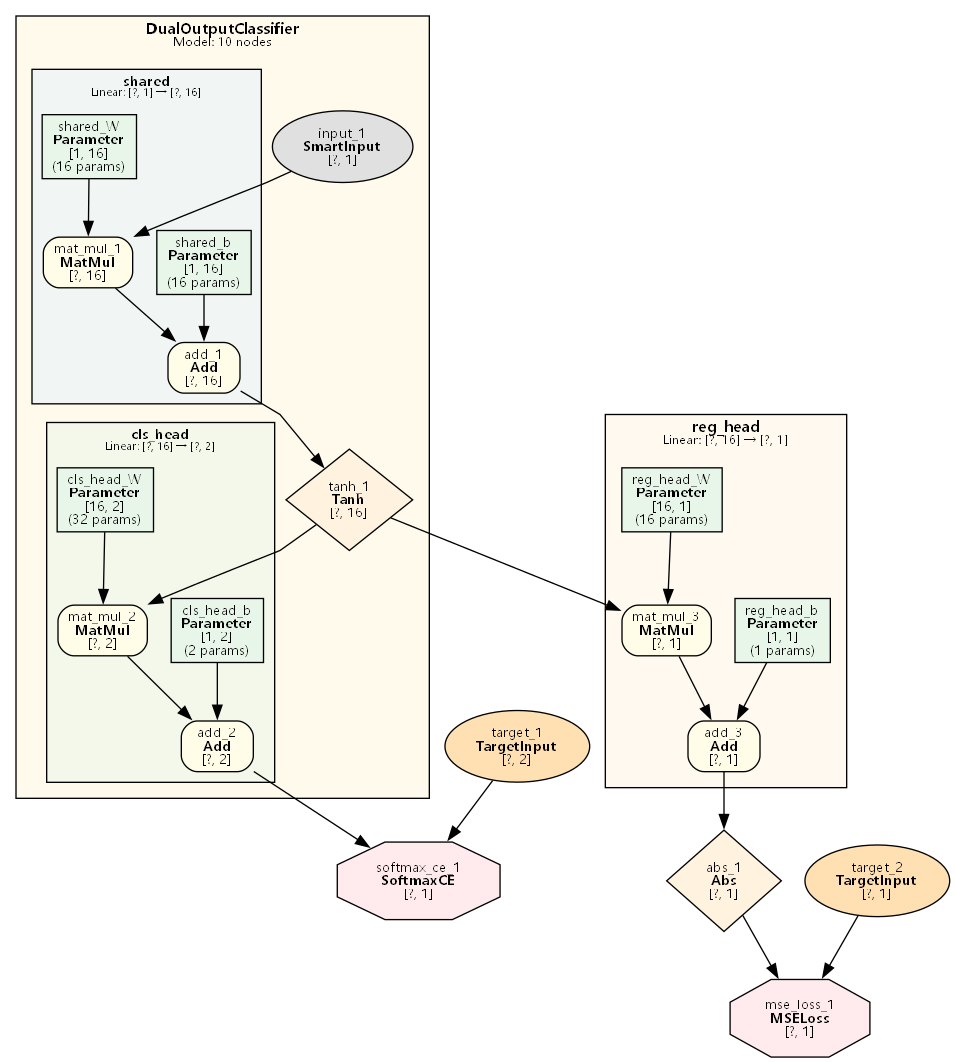
Before: examples/dual_output_classify/dual_output_classify.png, a diagram exported from Graphviz (dbsxdbsx/only_torch). Its source is kept beside it as examples/dual_output_classify/dual_output_classify.dot.
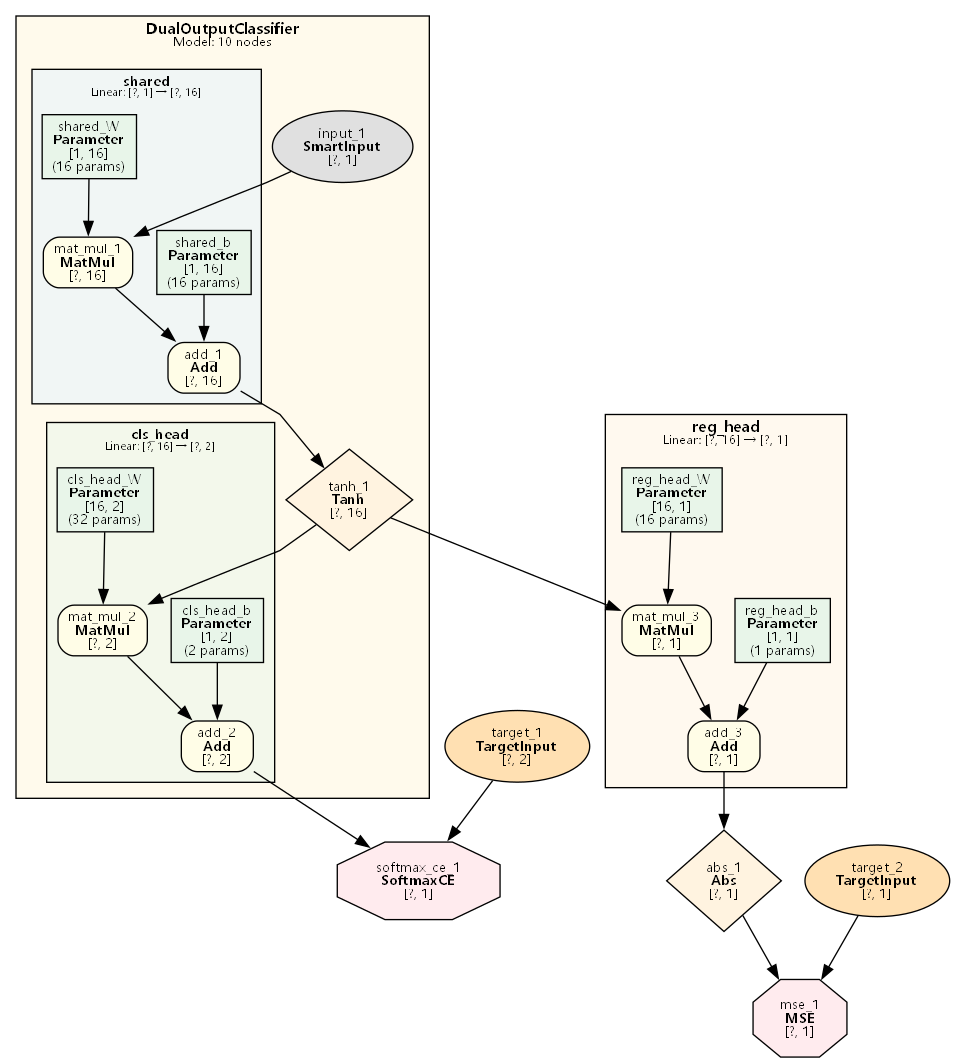
After the commit.

Change to the diagram source:
```diff
@@ -57,7 +57,7 @@
     "16" [label=<target_1<BR/><B>TargetInput</B><BR/>[?, 2]> shape=ellipse style=filled fillcolor="#FFE0B2" fontsize=10];
     "17" [label=<softmax_ce_1<BR/><B>SoftmaxCE</B><BR/>[?, 1]> shape=octagon style=filled fillcolor="#FFEBEE" fontsize=10];
     "18" [label=<target_2<BR/><B>TargetInput</B><BR/>[?, 1]> shape=ellipse style=filled fillcolor="#FFE0B2" fontsize=10];
-    "19" [label=<mse_loss_1<BR/><B>MSELoss</B><BR/>[?, 1]> shape=octagon style=filled fillcolor="#FFEBEE" fontsize=10];
+    "19" [label=<mse_1<BR/><B>MSE</B><BR/>[?, 1]> shape=octagon style=filled fillcolor="#FFEBEE" fontsize=10];
 
     "7" -> "8";
     "1" -> "8";
```
